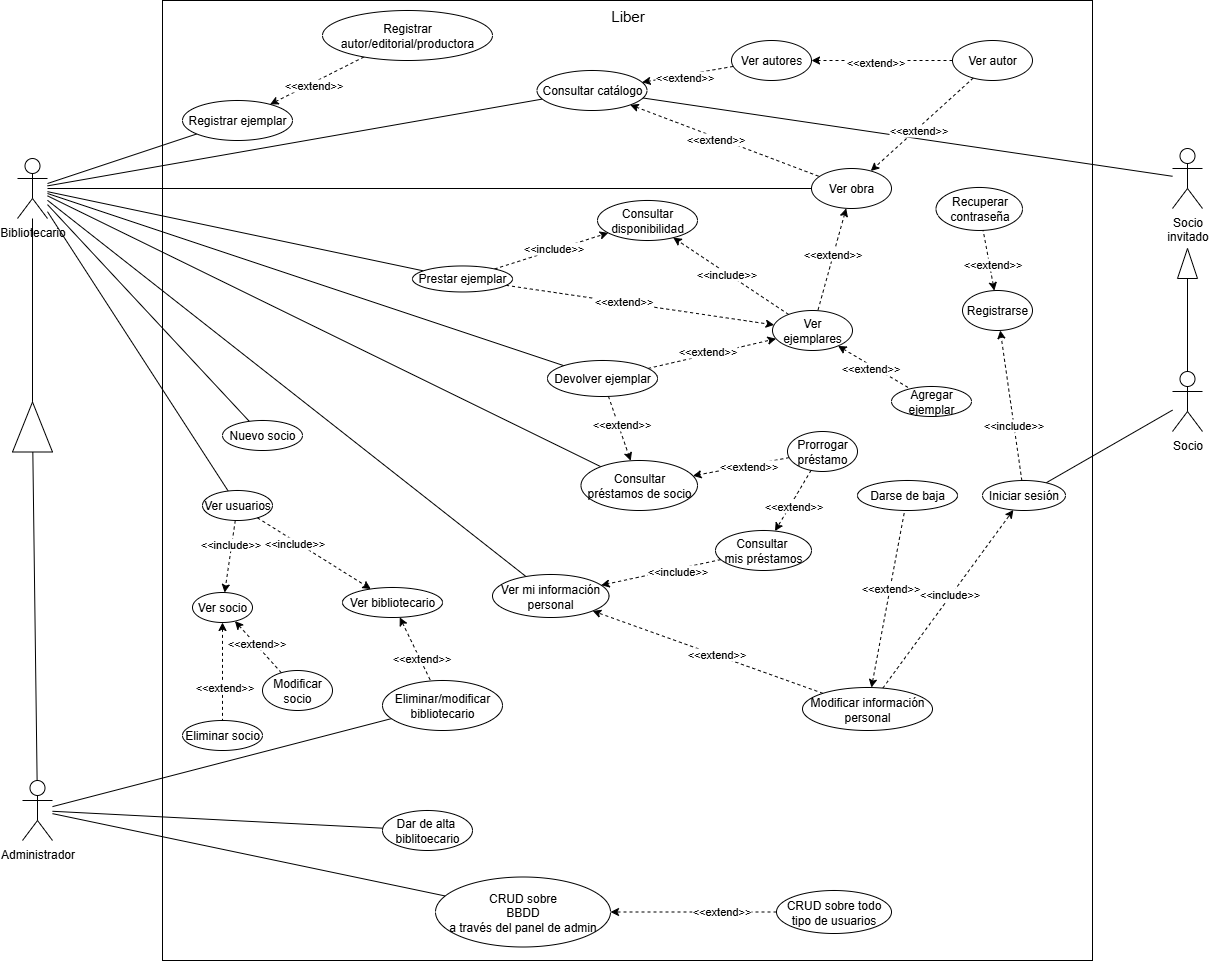
The draw.io diagram latex/imagenes/casos_uso.png in manuelordenador/TFG, before a commit. Source tidied: cells renumbered, new cells last; positions are measured from the earlier drawing's top-left corner, leaving out a move shared by most shapes.
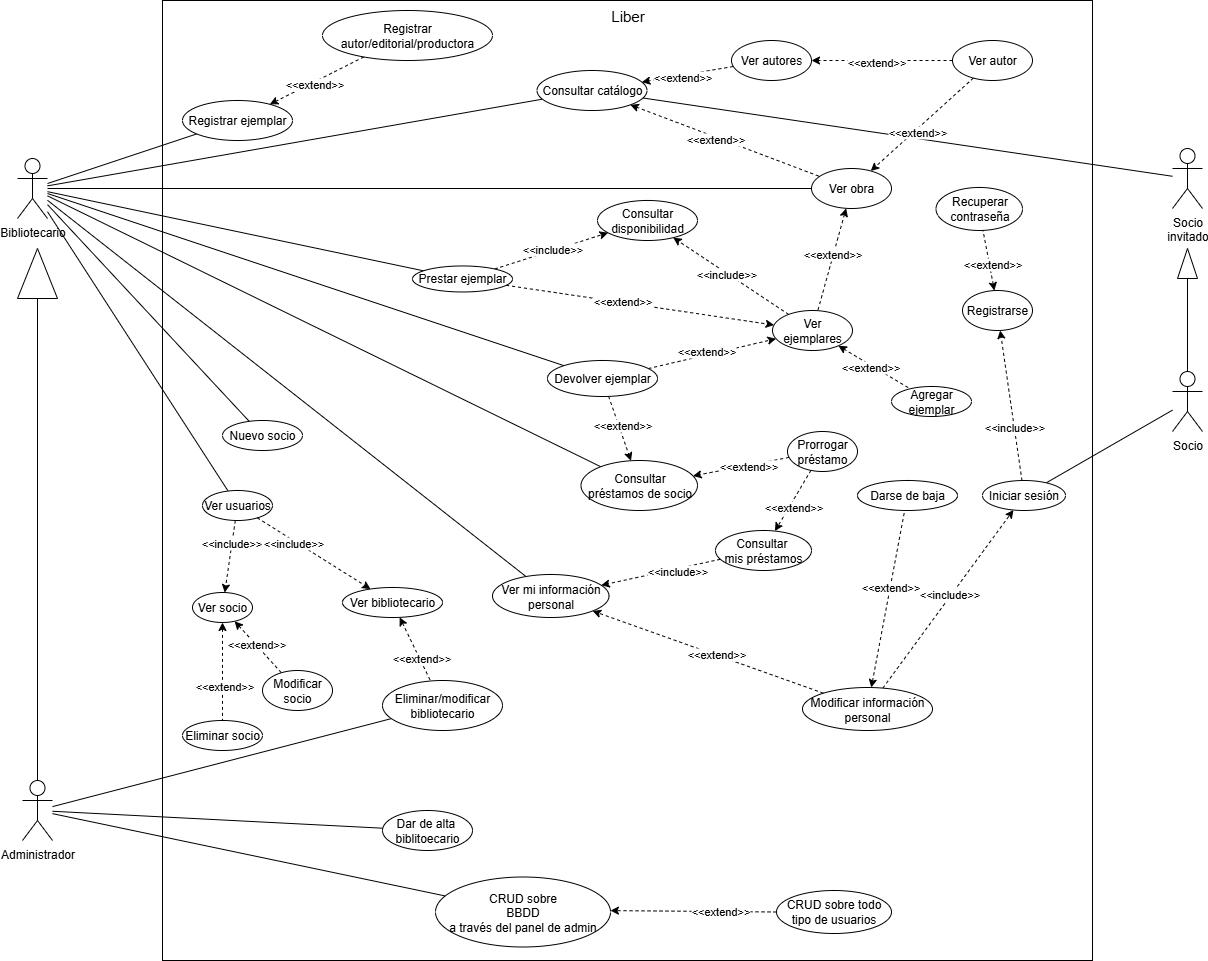
Later version of the same file.

Diff of the diagram source:
```diff
@@ -29,9 +29,6 @@
     <mxCell id="10" style="edgeStyle=none;shape=connector;rounded=0;jettySize=auto;html=1;strokeColor=default;align=center;verticalAlign=middle;fontFamily=Helvetica;fontSize=11;fontColor=default;labelBackgroundColor=default;endArrow=none;endFill=0;" parent="1" edge="1" source="12" target="38">
       <mxGeometry relative="1" as="geometry" />
     </mxCell>
-    <mxCell id="11" style="edgeStyle=none;shape=connector;rounded=1;html=1;strokeColor=default;align=center;verticalAlign=middle;fontFamily=Helvetica;fontSize=11;fontColor=default;labelBackgroundColor=default;endArrow=none;endFill=0;" parent="1" edge="1" source="12" target="95">
-      <mxGeometry relative="1" as="geometry" />
-    </mxCell>
     <mxCell id="12" value="Bibliotecario" style="shape=umlActor;verticalLabelPosition=bottom;verticalAlign=top;html=1;outlineConnect=0;" parent="1" vertex="1">
       <mxGeometry x="10" y="158" width="30" height="60" as="geometry" />
     </mxCell>
@@ -290,7 +287,7 @@
       <mxGeometry relative="1" as="geometry" />
     </mxCell>
     <mxCell id="95" style="triangle;whiteSpace=wrap;html=1;fontFamily=Helvetica;fontSize=11;fontColor=default;labelBackgroundColor=default;rotation=-90;" parent="1" vertex="1">
-      <mxGeometry y="406.5" width="50" height="40" as="geometry" />
+      <mxGeometry x="5" y="253" width="50" height="40" as="geometry" />
     </mxCell>
     <mxCell id="96" value="Ver bibliotecario" style="ellipse;whiteSpace=wrap;html=1;" parent="1" vertex="1">
       <mxGeometry x="335" y="587" width="100" height="30" as="geometry" />
```
